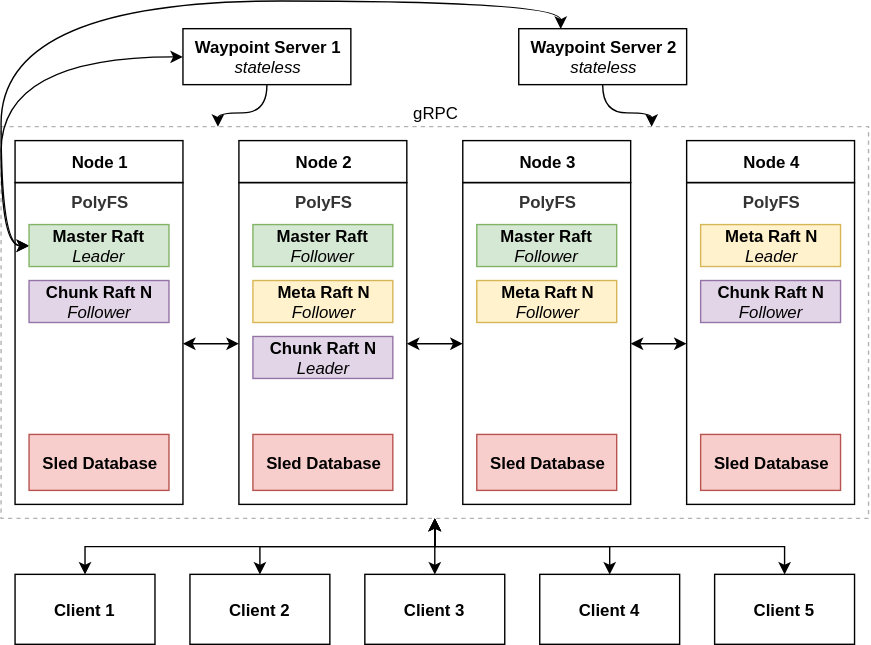
katharostech/PolyFS keeps this draw.io diagram as doc/polyfs-design-paper/assets/networkLayout1.svg. Above is the earlier version. Source tidied: cells renumbered, new cells last; positions are measured from the earlier drawing's top-left corner, leaving out a move shared by most shapes.
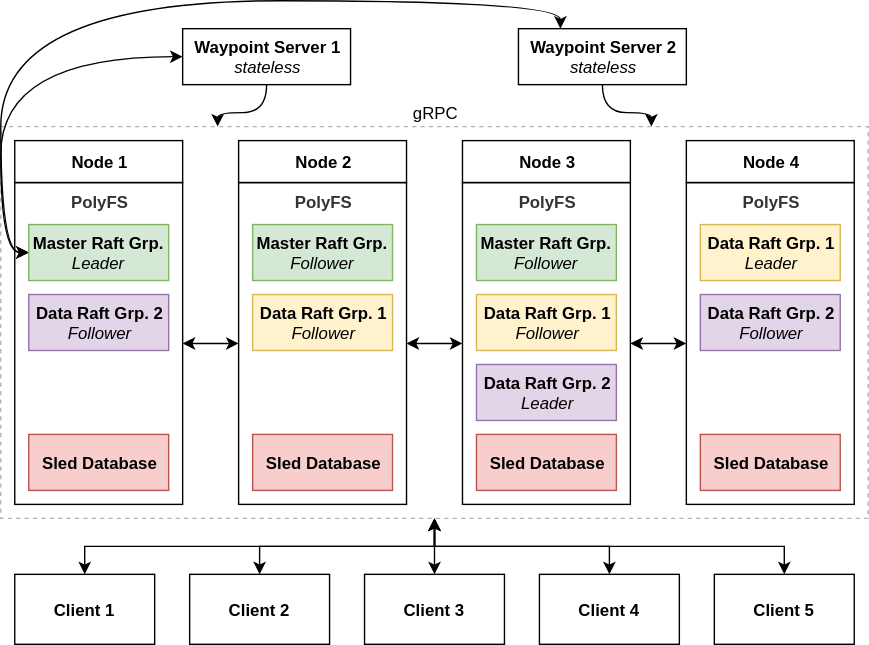
Later version of the same file.

What changed in the source:
```diff
@@ -56,33 +56,12 @@
     <mxCell id="19" style="edgeStyle=orthogonalEdgeStyle;curved=1;html=1;exitX=0;exitY=0.5;entryX=0.25;entryY=0;startArrow=classic;startFill=1;jettySize=auto;" parent="1" edge="1" source="20" target="14">
       <mxGeometry relative="1" as="geometry" />
     </mxCell>
-    <mxCell id="20" value="&lt;div style=&quot;text-align: center&quot;&gt;&lt;b&gt;Master Raft &lt;/b&gt;&lt;i&gt;Leader&lt;/i&gt;&lt;/div&gt;" style="rounded=0;whiteSpace=wrap;html=1;fillColor=#d5e8d4;align=center;strokeColor=#82b366;" parent="1" vertex="1">
-      <mxGeometry x="20" y="140" width="100" height="30" as="geometry" />
+    <mxCell id="20" value="&lt;div style=&quot;text-align: center&quot;&gt;&lt;b&gt;Master Raft Grp.&lt;/b&gt;&lt;/div&gt;&lt;div style=&quot;text-align: center&quot;&gt;&lt;i&gt;Leader&lt;/i&gt;&lt;/div&gt;" style="rounded=0;whiteSpace=wrap;html=1;fillColor=#d5e8d4;align=center;strokeColor=#82b366;" parent="1" vertex="1">
+      <mxGeometry x="20" y="140" width="100" height="40" as="geometry" />
     </mxCell>
-    <mxCell id="21" value="&lt;div style=&quot;text-align: center&quot;&gt;&lt;b&gt;Master Raft&lt;/b&gt;&lt;/div&gt;&lt;div style=&quot;text-align: center&quot;&gt;&lt;i&gt;Follower&lt;/i&gt;&lt;/div&gt;" style="rounded=0;whiteSpace=wrap;html=1;fillColor=#d5e8d4;align=center;strokeColor=#82b366;" parent="1" vertex="1">
-      <mxGeometry x="180" y="140" width="100" height="30" as="geometry" />
-    </mxCell>
-    <mxCell id="22" value="&lt;div style=&quot;text-align: center&quot;&gt;&lt;b&gt;Meta Raft N&lt;/b&gt;&lt;/div&gt;&lt;div style=&quot;text-align: center&quot;&gt;&lt;i&gt;Leader&lt;/i&gt;&lt;/div&gt;" style="rounded=0;whiteSpace=wrap;html=1;fillColor=#fff2cc;align=center;strokeColor=#d6b656;" parent="1" vertex="1">
-      <mxGeometry x="500" y="140" width="100" height="30" as="geometry" />
+    <mxCell id="22" value="&lt;div style=&quot;text-align: center&quot;&gt;&lt;b&gt;Data Raft Grp. 1&lt;/b&gt;&lt;/div&gt;&lt;div style=&quot;text-align: center&quot;&gt;&lt;i&gt;Leader&lt;/i&gt;&lt;/div&gt;" style="rounded=0;whiteSpace=wrap;html=1;fillColor=#fff2cc;align=center;strokeColor=#d6b656;" parent="1" vertex="1">
+      <mxGeometry x="500" y="140" width="100" height="40" as="geometry" />
     </mxCell>
-    <mxCell id="23" value="&lt;b&gt;Meta Raft N&lt;/b&gt;&lt;br&gt;&lt;i&gt;Follower&lt;/i&gt;&lt;br&gt;" style="rounded=0;whiteSpace=wrap;html=1;strokeColor=#d6b656;fillColor=#fff2cc;align=center;" parent="1" vertex="1">
-      <mxGeometry x="340" y="180" width="100" height="30" as="geometry" />
-    </mxCell>
-    <mxCell id="24" value="&lt;b&gt;Master Raft&lt;/b&gt;&lt;br&gt;&lt;i&gt;Follower&lt;/i&gt;&lt;br&gt;" style="rounded=0;whiteSpace=wrap;html=1;strokeColor=#82b366;fillColor=#d5e8d4;align=center;" parent="1" vertex="1">
-      <mxGeometry x="340" y="140" width="100" height="30" as="geometry" />
-    </mxCell>
-    <mxCell id="25" value="&lt;b&gt;Chunk Raft N&lt;/b&gt;&lt;br&gt;&lt;i&gt;Follower&lt;/i&gt;&lt;br&gt;" style="rounded=0;whiteSpace=wrap;html=1;strokeColor=#9673a6;fillColor=#e1d5e7;align=center;" parent="1" vertex="1">
-      <mxGeometry x="20" y="180" width="100" height="30" as="geometry" />
-    </mxCell>
-    <mxCell id="26" value="&lt;b&gt;Meta Raft N&lt;/b&gt;&lt;br&gt;&lt;i&gt;Follower&lt;/i&gt;&lt;br&gt;" style="rounded=0;whiteSpace=wrap;html=1;strokeColor=#d6b656;fillColor=#fff2cc;align=center;" parent="1" vertex="1">
-      <mxGeometry x="180" y="180" width="100" height="30" as="geometry" />
-    </mxCell>
-    <mxCell id="27" value="&lt;b&gt;Chunk Raft N&lt;/b&gt;&lt;br&gt;&lt;i&gt;Leader&lt;/i&gt;&lt;br&gt;" style="rounded=0;whiteSpace=wrap;html=1;strokeColor=#9673a6;fillColor=#e1d5e7;align=center;" parent="1" vertex="1">
-      <mxGeometry x="180" y="220" width="100" height="30" as="geometry" />
-    </mxCell>
-    <mxCell id="28" value="&lt;b&gt;Chunk Raft N&lt;/b&gt;&lt;br&gt;&lt;i&gt;Follower&lt;/i&gt;&lt;br&gt;" style="rounded=0;whiteSpace=wrap;html=1;strokeColor=#9673a6;fillColor=#e1d5e7;align=center;" parent="1" vertex="1">
-      <mxGeometry x="500" y="180" width="100" height="30" as="geometry" />
-    </mxCell>
     <mxCell id="29" value="&lt;b&gt;Node 1&lt;/b&gt;" style="rounded=0;whiteSpace=wrap;html=1;strokeColor=#000000;fillColor=none;align=center;" parent="1" vertex="1">
       <mxGeometry x="10" y="80" width="120" height="30" as="geometry" />
     </mxCell>
@@ -146,5 +125,26 @@
     <mxCell id="42" value="&lt;b&gt;Client 5&lt;/b&gt;" style="rounded=0;whiteSpace=wrap;html=1;strokeColor=#000000;fillColor=none;align=center;" parent="1" vertex="1">
       <mxGeometry x="510" y="390" width="100" height="50" as="geometry" />
     </mxCell>
+    <mxCell id="43" value="&lt;div style=&quot;text-align: center&quot;&gt;&lt;b&gt;Master Raft Grp.&lt;/b&gt;&lt;/div&gt;&lt;div style=&quot;text-align: center&quot;&gt;&lt;i&gt;Follower&lt;/i&gt;&lt;/div&gt;" style="rounded=0;whiteSpace=wrap;html=1;fillColor=#d5e8d4;align=center;strokeColor=#82b366;" parent="1" vertex="1">
+      <mxGeometry x="180" y="140" width="100" height="40" as="geometry" />
+    </mxCell>
+    <mxCell id="44" value="&lt;div style=&quot;text-align: center&quot;&gt;&lt;b&gt;Master Raft Grp.&lt;/b&gt;&lt;/div&gt;&lt;div style=&quot;text-align: center&quot;&gt;&lt;i&gt;Follower&lt;/i&gt;&lt;/div&gt;" style="rounded=0;whiteSpace=wrap;html=1;fillColor=#d5e8d4;align=center;strokeColor=#82b366;" parent="1" vertex="1">
+      <mxGeometry x="340" y="140" width="100" height="40" as="geometry" />
+    </mxCell>
+    <mxCell id="45" value="&lt;div style=&quot;text-align: center&quot;&gt;&lt;b&gt;Data Raft Grp. 1&lt;/b&gt;&lt;/div&gt;&lt;div style=&quot;text-align: center&quot;&gt;&lt;i&gt;Follower&lt;/i&gt;&lt;/div&gt;" style="rounded=0;whiteSpace=wrap;html=1;fillColor=#fff2cc;align=center;strokeColor=#d6b656;" parent="1" vertex="1">
+      <mxGeometry x="340" y="190" width="100" height="40" as="geometry" />
+    </mxCell>
+    <mxCell id="46" value="&lt;div style=&quot;text-align: center&quot;&gt;&lt;b&gt;Data Raft Grp. 1&lt;/b&gt;&lt;/div&gt;&lt;div style=&quot;text-align: center&quot;&gt;&lt;i&gt;Follower&lt;/i&gt;&lt;/div&gt;" style="rounded=0;whiteSpace=wrap;html=1;fillColor=#fff2cc;align=center;strokeColor=#d6b656;" parent="1" vertex="1">
+      <mxGeometry x="180" y="190" width="100" height="40" as="geometry" />
+    </mxCell>
+    <mxCell id="47" value="&lt;div style=&quot;text-align: center&quot;&gt;&lt;b&gt;Data Raft Grp. 2&lt;/b&gt;&lt;/div&gt;&lt;div style=&quot;text-align: center&quot;&gt;&lt;i&gt;Leader&lt;/i&gt;&lt;/div&gt;" style="rounded=0;whiteSpace=wrap;html=1;fillColor=#e1d5e7;align=center;strokeColor=#9673a6;" parent="1" vertex="1">
+      <mxGeometry x="340" y="240" width="100" height="40" as="geometry" />
+    </mxCell>
+    <mxCell id="48" value="&lt;div style=&quot;text-align: center&quot;&gt;&lt;b&gt;Data Raft Grp. 2&lt;/b&gt;&lt;/div&gt;&lt;div style=&quot;text-align: center&quot;&gt;&lt;i&gt;Follower&lt;/i&gt;&lt;/div&gt;" style="rounded=0;whiteSpace=wrap;html=1;fillColor=#e1d5e7;align=center;strokeColor=#9673a6;" parent="1" vertex="1">
+      <mxGeometry x="20" y="190" width="100" height="40" as="geometry" />
+    </mxCell>
+    <mxCell id="49" value="&lt;div style=&quot;text-align: center&quot;&gt;&lt;b&gt;Data Raft Grp. 2&lt;/b&gt;&lt;/div&gt;&lt;div style=&quot;text-align: center&quot;&gt;&lt;i&gt;Follower&lt;/i&gt;&lt;/div&gt;" style="rounded=0;whiteSpace=wrap;html=1;fillColor=#e1d5e7;align=center;strokeColor=#9673a6;" parent="1" vertex="1">
+      <mxGeometry x="500" y="190" width="100" height="40" as="geometry" />
+    </mxCell>
   </root>
 </mxGraphModel>
```
